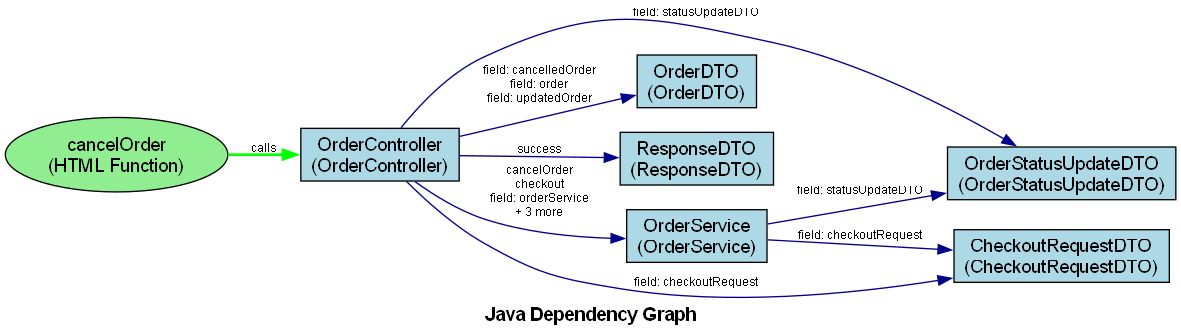
Earlier version of the Graphviz export dependencies.png (tudao164/DependGraphForJava2). Its source is kept beside it as dependencies.dot.
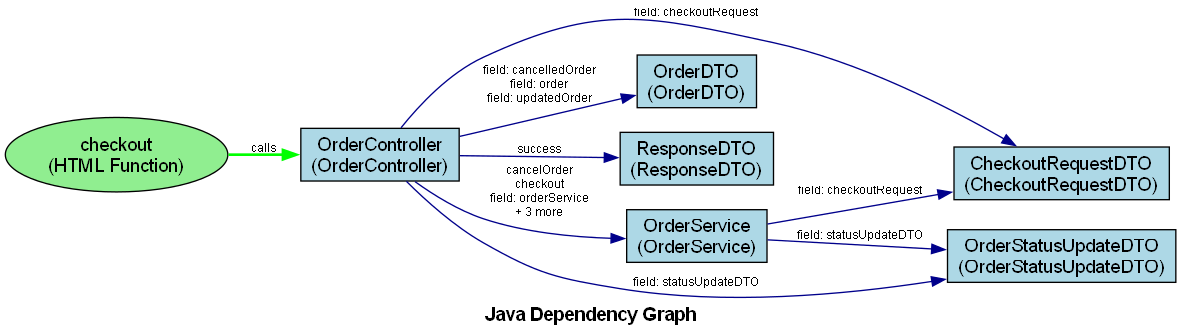
Later version of the same file.

Diff of the diagram source:
```diff
@@ -4,12 +4,12 @@
     edge [fontname="Arial", fontsize=9, color=darkblue];
     graph [fontname="Arial Bold", fontsize=14, label="Java Dependency Graph"];
 
-    "OrderService" [label="OrderService\n(OrderService)", URL="javascript:showNodeInfo('OrderService')", fillcolor="lightblue"];
+    "CheckoutRequestDTO" [label="CheckoutRequestDTO\n(CheckoutRequestDTO)", URL="javascript:showNodeInfo('CheckoutRequestDTO')", fillcolor="lightblue"];
     "OrderDTO" [label="OrderDTO\n(OrderDTO)", URL="javascript:showNodeInfo('OrderDTO')", fillcolor="lightblue"];
     "ResponseDTO" [label="ResponseDTO\n(ResponseDTO)", URL="javascript:showNodeInfo('ResponseDTO')", fillcolor="lightblue"];
     "OrderController" [label="OrderController\n(OrderController)", URL="javascript:showNodeInfo('OrderController')", fillcolor="lightblue"];
     "OrderStatusUpdateDTO" [label="OrderStatusUpdateDTO\n(OrderStatusUpdateDTO)", URL="javascript:showNodeInfo('OrderStatusUpdateDTO')", fillcolor="lightblue"];
-    "CheckoutRequestDTO" [label="CheckoutRequestDTO\n(CheckoutRequestDTO)", URL="javascript:showNodeInfo('CheckoutRequestDTO')", fillcolor="lightblue"];
+    "OrderService" [label="OrderService\n(OrderService)", URL="javascript:showNodeInfo('OrderService')", fillcolor="lightblue"];
 
     "OrderController" -> "ResponseDTO" [label="success", URL="javascript:showEdgeInfo('OrderController', 'ResponseDTO')"];
     "OrderController" -> "OrderService" [label="cancelOrder\ncheckout\nfield: orderService\n+ 3 more", URL="javascript:showEdgeInfo('OrderController', 'OrderService')"];
@@ -19,6 +19,6 @@
     "OrderService" -> "CheckoutRequestDTO" [label="field: checkoutRequest", URL="javascript:showEdgeInfo('OrderService', 'CheckoutRequestDTO')"];
     "OrderService" -> "OrderStatusUpdateDTO" [label="field: statusUpdateDTO", URL="javascript:showEdgeInfo('OrderService', 'OrderStatusUpdateDTO')"];
 
-    "HTML_cancelOrder" [label="cancelOrder\n(HTML Function)", URL="javascript:showNodeInfo('HTML_cancelOrder')", fillcolor="lightgreen", shape="ellipse"];
-    "HTML_cancelOrder" -> "OrderController" [label="calls", URL="javascript:showEdgeInfo('HTML_cancelOrder', 'OrderController')", color="green", style="bold"];
+    "HTML_checkout" [label="checkout\n(HTML Function)", URL="javascript:showNodeInfo('HTML_checkout')", fillcolor="lightgreen", shape="ellipse"];
+    "HTML_checkout" -> "OrderController" [label="calls", URL="javascript:showEdgeInfo('HTML_checkout', 'OrderController')", color="green", style="bold"];
 }
```
